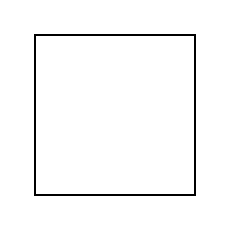
Above: c4-diagram.drawio in nicoprogramming1/melown (draw.io), before the change. Source tidied: cells renumbered, new cells numbered last; positions are measured from the earlier drawing's top-left corner, leaving out a move shared by most shapes. Both pictures are drawn from the tidied source at 200%, with x=0, y=0 at pixel (34, 34).
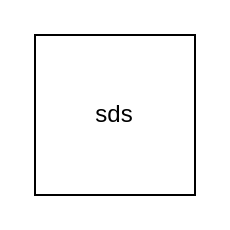
Above is the later version.

Diff of the diagram source:
```diff
@@
 <mxGraphModel>
   <root>
     <mxCell id="0" />
     <mxCell id="1" parent="0" />
-    <mxCell id="2" style="whiteSpace=wrap;html=1;" parent="1" vertex="1">
+    <mxCell id="2" value="sds" style="whiteSpace=wrap;html=1;" parent="1" vertex="1">
       <mxGeometry width="80" height="80" as="geometry" />
     </mxCell>
   </root>
 </mxGraphModel>
```
